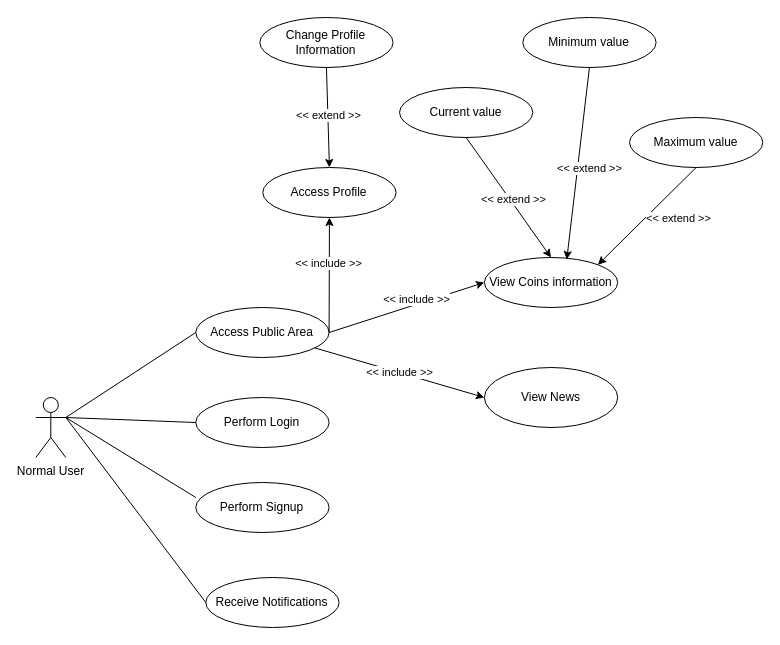
Before: page "Normal User" (3 of 4) of Use_Case.drawio in bgabrielma/ES_Project, a draw.io diagram. Source tidied: cells renumbered, new cells numbered last; positions are measured from the earlier drawing's top-left corner, leaving out a move shared by most shapes. Both pictures are drawn from the tidied source at 100%, with x=0, y=0 at pixel (35, 17).
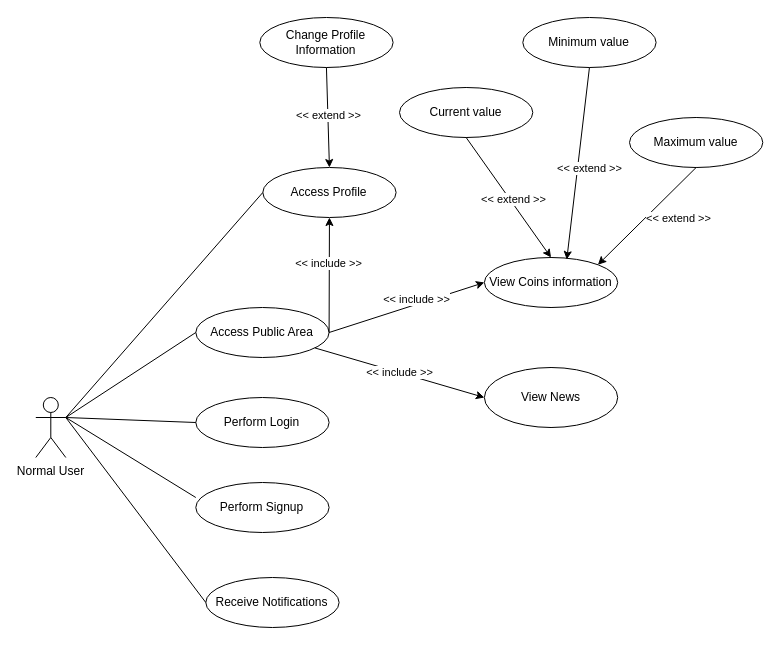
Above is the later version.

Commit message:
feat: added redundant way to access profile

Unchanged cells that the change refers to:
```xml
<mxCell id="2" value="Normal User" style="shape=umlActor;verticalLabelPosition=bottom;verticalAlign=top;html=1;outlineConnect=0;" parent="1" vertex="1">
  <mxGeometry x="0.3" y="380" width="30" height="60" as="geometry" />
</mxCell>
<mxCell id="6" value="Access Profile" style="ellipse;whiteSpace=wrap;html=1;" parent="1" vertex="1">
  <mxGeometry x="227.3" y="150" width="133.3" height="50" as="geometry" />
</mxCell>
```

Change to the diagram source:
```diff
@@
+    <mxCell id="31" style="endArrow=none;html=1;rounded=0;exitX=1;exitY=0.3333333333333333;exitDx=0;exitDy=0;exitPerimeter=0;entryX=0;entryY=0.5;entryDx=0;entryDy=0;" parent="1" edge="1" source="2" target="6">
+      <mxGeometry relative="1" as="geometry" />
+    </mxCell>
```
